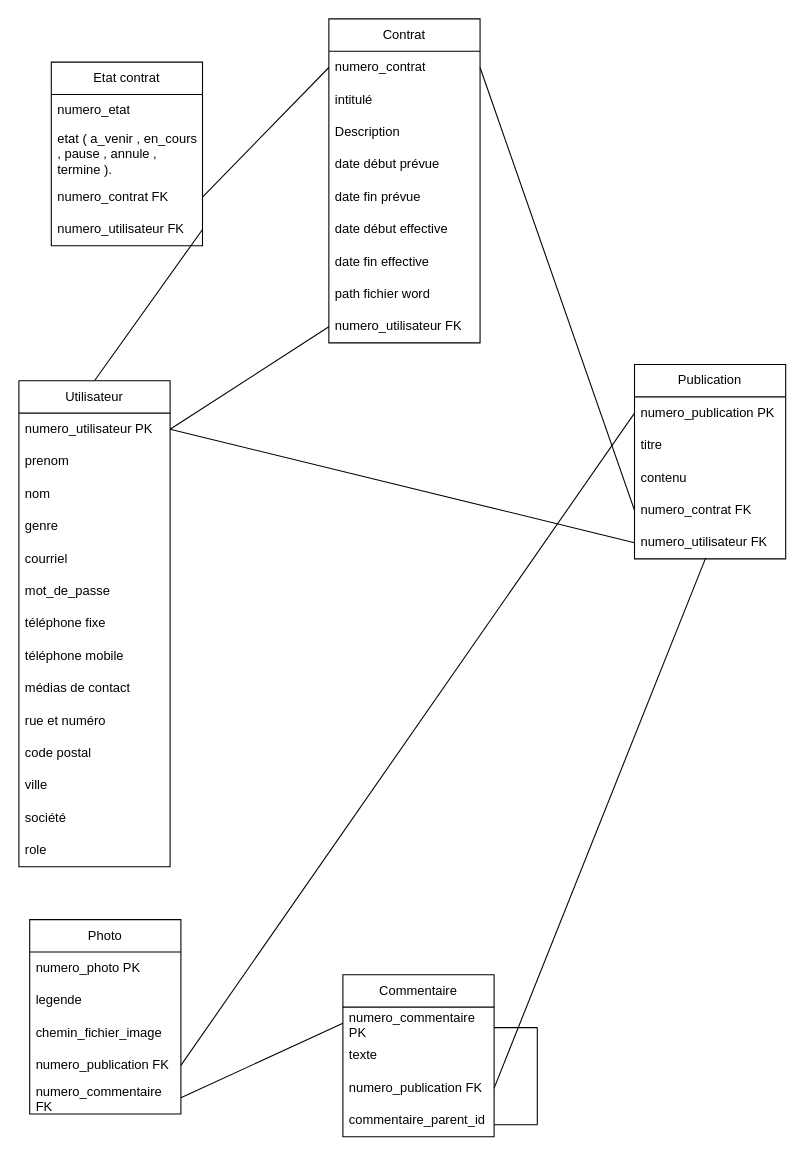
Above: MLD.drawio in Georges-github/Stage_chez_CLO (draw.io), before the change. Source tidied: cells renumbered, new cells numbered last; positions are measured from the earlier drawing's top-left corner, leaving out a move shared by most shapes. Both pictures are drawn from the tidied source at 108%, with x=0, y=0 at pixel (18, 18).
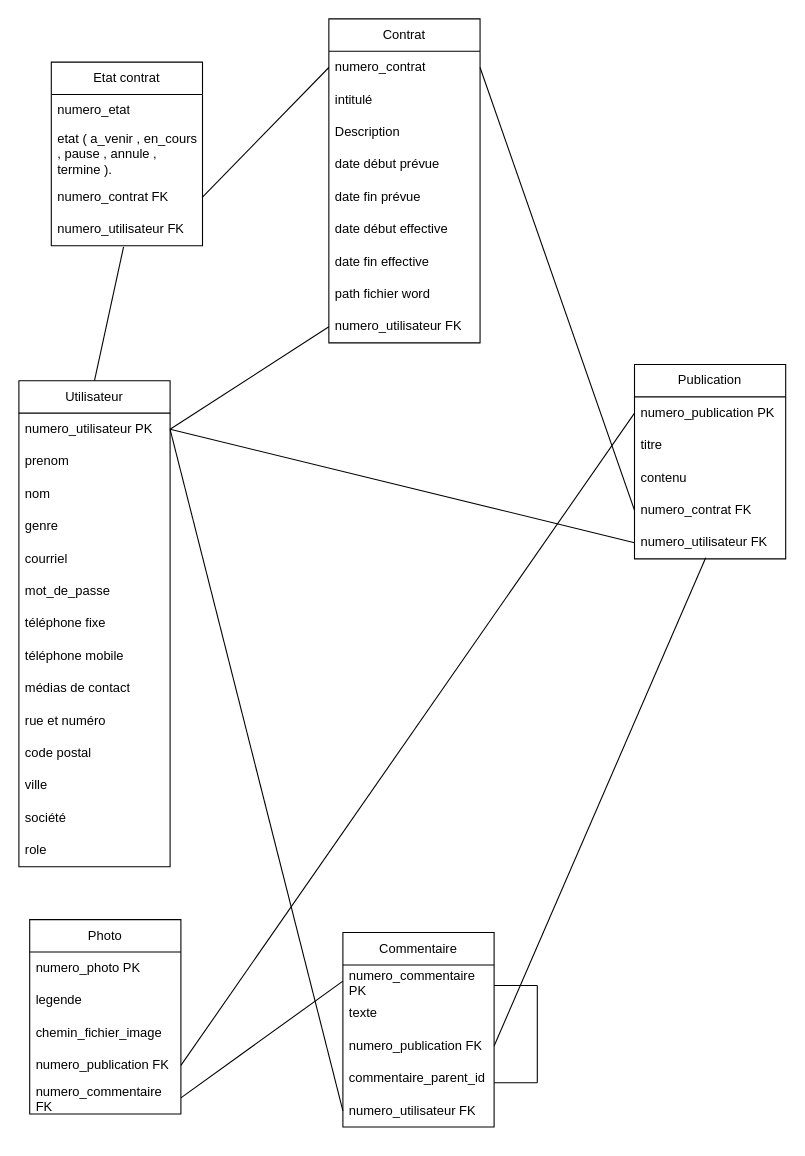
The same page after the edit.

Unchanged cells that the change refers to:
```xml
<mxCell id="2" value="Utilisateur" style="swimlane;fontStyle=0;horizontal=1;startSize=30;whiteSpace=wrap;html=1;" parent="1" vertex="1">
  <mxGeometry y="335" width="140" height="450" as="geometry" />
</mxCell>
<mxCell id="3" value="&lt;span style=&quot;color: rgb(0, 0, 0);&quot;&gt;numero_utilisateur PK&lt;/span&gt;" style="text;strokeColor=none;fillColor=none;align=left;verticalAlign=middle;spacingLeft=4;spacingRight=4;overflow=hidden;points=[[0,0.5],[1,0.5]];portConstraint=eastwest;whiteSpace=wrap;html=1;" parent="2" vertex="1">
  <mxGeometry y="30" width="140" height="30" as="geometry" />
</mxCell>
<mxCell id="57" value="numero_utilisateur FK" style="text;strokeColor=none;fillColor=none;align=left;verticalAlign=middle;spacingLeft=4;spacingRight=4;overflow=hidden;points=[[0,0.5],[1,0.5]];portConstraint=eastwest;whiteSpace=wrap;html=1;" parent="53" vertex="1">
  <mxGeometry y="140" width="140" height="30" as="geometry" />
</mxCell>
```

Diff of the diagram source:
```diff
@@
     <mxCell id="33" value="Commentaire" style="swimlane;fontStyle=0;horizontal=1;startSize=30;whiteSpace=wrap;html=1;" parent="1" vertex="1">
-      <mxGeometry x="300" y="885" width="140" height="150" as="geometry" />
+      <mxGeometry x="300" y="846" width="140" height="180" as="geometry" />
     </mxCell>
@@
+    <mxCell id="60" value="&lt;span style=&quot;color: rgb(0, 0, 0);&quot;&gt;numero_utilisateur FK&lt;/span&gt;" style="text;strokeColor=none;fillColor=none;align=left;verticalAlign=middle;spacingLeft=4;spacingRight=4;overflow=hidden;points=[[0,0.5],[1,0.5]];portConstraint=eastwest;whiteSpace=wrap;html=1;" parent="33" vertex="1">
+      <mxGeometry y="150" width="140" height="30" as="geometry" />
+    </mxCell>
@@
     <mxCell id="49" style="endArrow=none;html=1;" parent="1" edge="1">
       <mxGeometry relative="1" as="geometry">
-        <mxPoint x="440" y="1024" as="sourcePoint" />
-        <mxPoint x="480" y="1024" as="targetPoint" />
+        <mxPoint x="440" y="985" as="sourcePoint" />
+        <mxPoint x="480" y="985" as="targetPoint" />
       </mxGeometry>
     </mxCell>
     <mxCell id="50" style="endArrow=none;html=1;" parent="1" edge="1">
       <mxGeometry relative="1" as="geometry">
-        <mxPoint x="480" y="1024" as="sourcePoint" />
-        <mxPoint x="480" y="934" as="targetPoint" />
+        <mxPoint x="480" y="985" as="sourcePoint" />
+        <mxPoint x="480" y="895" as="targetPoint" />
       </mxGeometry>
     </mxCell>
     <mxCell id="51" style="endArrow=none;html=1;" parent="1" edge="1">
       <mxGeometry relative="1" as="geometry">
-        <mxPoint x="480" y="934" as="sourcePoint" />
-        <mxPoint x="440" y="934" as="targetPoint" />
+        <mxPoint x="480" y="895" as="sourcePoint" />
+        <mxPoint x="440" y="895" as="targetPoint" />
       </mxGeometry>
     </mxCell>
@@
-    <mxCell id="58" style="edgeStyle=none;html=1;endArrow=none;endFill=0;entryX=0.5;entryY=0;entryDx=0;entryDy=0;exitX=1;exitY=0.5;exitDx=0;exitDy=0;" parent="1" edge="1" source="57" target="2">
+    <mxCell id="58" style="edgeStyle=none;html=1;endArrow=none;endFill=0;entryX=0.5;entryY=0;entryDx=0;entryDy=0;exitX=0.478;exitY=1.035;exitDx=0;exitDy=0;exitPerimeter=0;" parent="1" edge="1" source="57" target="2">
       <mxGeometry relative="1" as="geometry" />
     </mxCell>
@@
+    <mxCell id="61" style="edgeStyle=none;html=1;entryX=1;entryY=0.5;entryDx=0;entryDy=0;endArrow=none;endFill=0;exitX=0;exitY=0.5;exitDx=0;exitDy=0;" parent="1" edge="1" source="60" target="3">
+      <mxGeometry relative="1" as="geometry" />
+    </mxCell>
```
